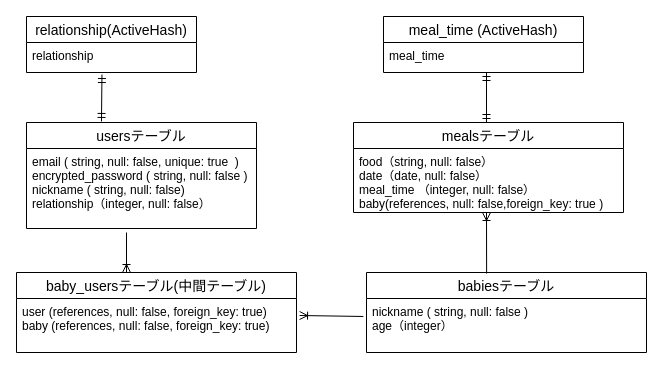
This is ER.dio from kamayann/babyfood-36690, a draw.io file, before an edit. Source tidied: cells renumbered, new cells numbered last; positions are measured from the earlier drawing's top-left corner, leaving out a move shared by most shapes. Both pictures are drawn from the tidied source at 100%, with x=0, y=0 at pixel (16, 16).
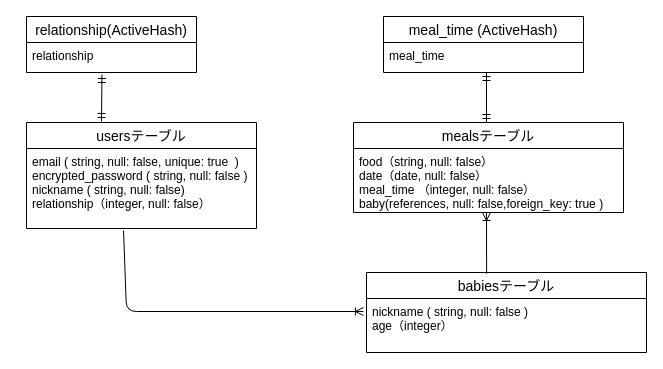
The same page after the edit.

The change refers to these unchanged cells:
```xml
<mxCell id="5" value="nickname ( string, null: false )&#10;age（integer）" style="text;strokeColor=none;fillColor=none;spacingLeft=4;spacingRight=4;overflow=hidden;points=[[0,0.5],[1,0.5]];portConstraint=eastwest;fontSize=12;" parent="4" vertex="1">
  <mxGeometry y="26" width="280" height="54" as="geometry" />
</mxCell>
<mxCell id="7" value="email ( string, null: false, unique: true  )&#10;encrypted_password ( string, null: false )&#10;nickname ( string, null: false)&#10;relationship（integer, null: false）&#10;&#10;" style="text;strokeColor=none;fillColor=none;spacingLeft=4;spacingRight=4;overflow=hidden;points=[[0,0.5],[1,0.5]];portConstraint=eastwest;fontSize=12;labelBorderColor=none;" parent="6" vertex="1">
  <mxGeometry y="26" width="230" height="80" as="geometry" />
</mxCell>
```

The edit, as a diff of the source:
```diff
@@
-    <mxCell id="14" value="baby_usersテーブル(中間テーブル)" style="swimlane;fontStyle=0;horizontal=1;startSize=26;align=center;fontSize=14;labelBackgroundColor=none;fillColor=none;" parent="1" vertex="1">
-      <mxGeometry y="256" width="280" height="80" as="geometry" />
-    </mxCell>
-    <mxCell id="15" value="user (references, null: false, foreign_key: true)&#10;baby (references, null: false, foreign_key: true)&#10;" style="text;strokeColor=none;fillColor=none;spacingLeft=4;spacingRight=4;overflow=hidden;points=[[0,0.5],[1,0.5]];portConstraint=eastwest;fontSize=12;" parent="14" vertex="1">
-      <mxGeometry y="26" width="280" height="54" as="geometry" />
-    </mxCell>
-    <mxCell id="16" style="fontSize=12;html=1;endArrow=ERoneToMany;" parent="1" edge="1">
+    <mxCell id="16" style="fontSize=12;html=1;endArrow=ERoneToMany;entryX=-0.011;entryY=0.241;entryDx=0;entryDy=0;entryPerimeter=0;exitX=0.422;exitY=1.025;exitDx=0;exitDy=0;exitPerimeter=0;" parent="1" edge="1" source="7" target="5">
       <mxGeometry relative="1" as="geometry">
-        <mxPoint x="110" y="216" as="sourcePoint" />
-        <mxPoint x="110" y="256" as="targetPoint" />
+        <Array as="points">
+          <mxPoint x="110" y="295" />
+        </Array>
       </mxGeometry>
     </mxCell>
@@
-    <mxCell id="18" style="fontSize=12;html=1;endArrow=ERoneToMany;exitX=-0.011;exitY=0.333;exitDx=0;exitDy=0;entryX=1.011;entryY=0.315;entryDx=0;entryDy=0;entryPerimeter=0;exitPerimeter=0;" parent="1" edge="1" source="5" target="15">
-      <mxGeometry relative="1" as="geometry" />
-    </mxCell>
```
